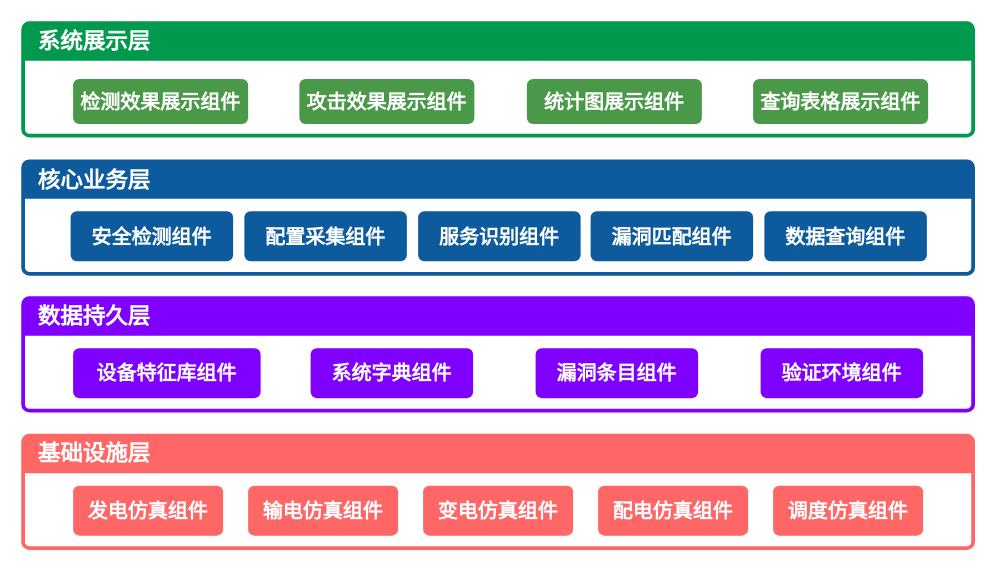
Earlier version of the draw.io diagram page "攻击验证" (1 of 4) of 组件关联.drawio (ytwei72/drawio). Source tidied: cells renumbered, new cells numbered last; positions are measured from the earlier drawing's top-left corner, leaving out a move shared by most shapes. Both pictures are drawn from the tidied source at 125%, with x=0, y=0 at pixel (22, 22).
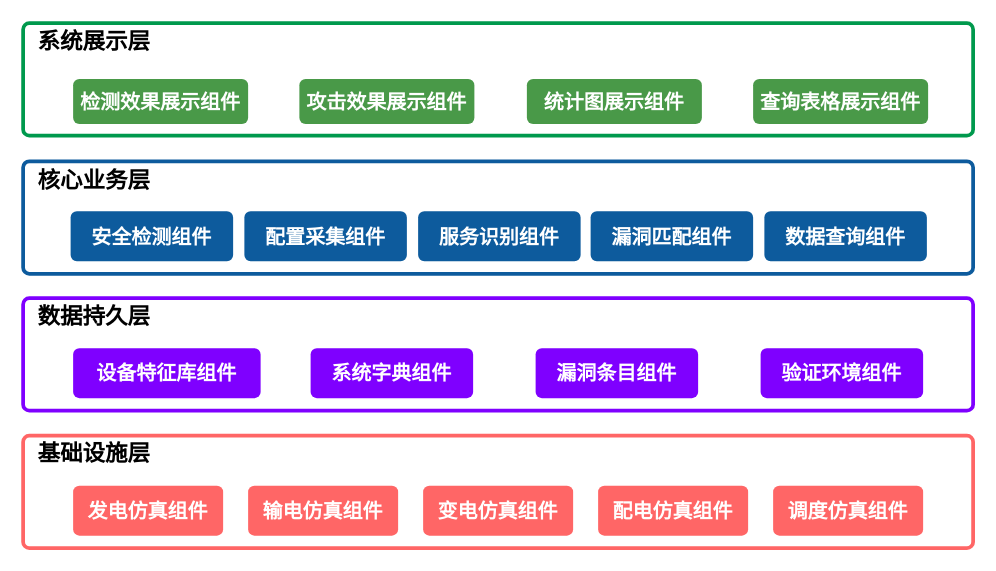
Above is the later version.

The change refers to these unchanged cells:
```xml
<mxCell id="2" style="html=1;shadow=0;dashed=0;shape=mxgraph.bootstrap.rrect;align=center;rSize=5;strokeColor=#00994D;fontColor=#f0f0f0;spacingTop=30;whiteSpace=wrap;fillColor=none;strokeWidth=3;" parent="1" vertex="1">
  <mxGeometry width="760" height="90" as="geometry" />
</mxCell>
<mxCell id="8" style="html=1;shadow=0;dashed=0;shape=mxgraph.bootstrap.rrect;align=center;rSize=5;strokeColor=#0D5B9D;fontColor=#f0f0f0;spacingTop=30;whiteSpace=wrap;fillColor=none;strokeWidth=3;" parent="1" vertex="1">
  <mxGeometry y="110.5" width="760" height="90" as="geometry" />
</mxCell>
<mxCell id="15" style="html=1;shadow=0;dashed=0;shape=mxgraph.bootstrap.rrect;align=center;rSize=5;strokeColor=#7F00FF;fontColor=#f0f0f0;spacingTop=30;whiteSpace=wrap;fillColor=none;strokeWidth=3;" parent="1" vertex="1">
  <mxGeometry y="220" width="760" height="90" as="geometry" />
</mxCell>
<mxCell id="21" style="html=1;shadow=0;dashed=0;shape=mxgraph.bootstrap.rrect;align=center;rSize=5;strokeColor=#FF6666;fontColor=#f0f0f0;spacingTop=30;whiteSpace=wrap;fillColor=none;strokeWidth=3;" parent="1" vertex="1">
  <mxGeometry y="330" width="760" height="90" as="geometry" />
</mxCell>
```

What changed in the source:
```diff
@@
-    <mxCell id="3" value="系统展示层" style="html=1;shadow=0;dashed=0;shape=mxgraph.bootstrap.topButton;rSize=5;strokeColor=none;fillColor=#00994D;fontColor=#FFFFFF;fontSize=18;fontStyle=1;align=left;spacingLeft=10;whiteSpace=wrap;" parent="2" vertex="1">
+    <mxCell id="3" value="系统展示层" style="html=1;shadow=0;dashed=0;shape=mxgraph.bootstrap.topButton;rSize=5;strokeColor=none;fillColor=none;fontColor=#000000;fontSize=18;fontStyle=1;align=left;spacingLeft=10;whiteSpace=wrap;" parent="2" vertex="1">
       <mxGeometry width="760" height="30" relative="1" as="geometry" />
     </mxCell>
@@
-    <mxCell id="9" value="核心业务层" style="html=1;shadow=0;dashed=0;shape=mxgraph.bootstrap.topButton;rSize=5;strokeColor=none;fillColor=#0D5B9D;fontColor=#FFFFFF;fontSize=18;fontStyle=1;align=left;spacingLeft=10;whiteSpace=wrap;" parent="8" vertex="1">
+    <mxCell id="9" value="核心业务层" style="html=1;shadow=0;dashed=0;shape=mxgraph.bootstrap.topButton;rSize=5;strokeColor=none;fillColor=none;fontColor=#000000;fontSize=18;fontStyle=1;align=left;spacingLeft=10;whiteSpace=wrap;" parent="8" vertex="1">
       <mxGeometry width="760" height="30" relative="1" as="geometry" />
     </mxCell>
@@
-    <mxCell id="16" value="数据持久层" style="html=1;shadow=0;dashed=0;shape=mxgraph.bootstrap.topButton;rSize=5;strokeColor=none;fillColor=#7F00FF;fontColor=#FFFFFF;fontSize=18;fontStyle=1;align=left;spacingLeft=10;whiteSpace=wrap;" parent="15" vertex="1">
+    <mxCell id="16" value="数据持久层" style="html=1;shadow=0;dashed=0;shape=mxgraph.bootstrap.topButton;rSize=5;strokeColor=none;fillColor=none;fontColor=#000000;fontSize=18;fontStyle=1;align=left;spacingLeft=10;whiteSpace=wrap;" parent="15" vertex="1">
       <mxGeometry width="760" height="30" relative="1" as="geometry" />
     </mxCell>
@@
-    <mxCell id="22" value="基础设施层" style="html=1;shadow=0;dashed=0;shape=mxgraph.bootstrap.topButton;rSize=5;strokeColor=none;fillColor=#FF6666;fontColor=#FFFFFF;fontSize=18;fontStyle=1;align=left;spacingLeft=10;whiteSpace=wrap;" parent="21" vertex="1">
+    <mxCell id="22" value="基础设施层" style="html=1;shadow=0;dashed=0;shape=mxgraph.bootstrap.topButton;rSize=5;strokeColor=none;fillColor=none;fontColor=#000000;fontSize=18;fontStyle=1;align=left;spacingLeft=10;whiteSpace=wrap;" parent="21" vertex="1">
       <mxGeometry width="760" height="30" relative="1" as="geometry" />
     </mxCell>
```
